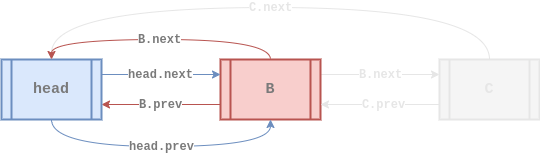
Earlier version of the draw.io export assets/data-structure/linked-list/cll-doubly-remove-at3.png (euisblue/vue-blog). Source tidied: cells renumbered, new cells last; positions are measured from the earlier drawing's top-left corner, leaving out a move shared by most shapes.
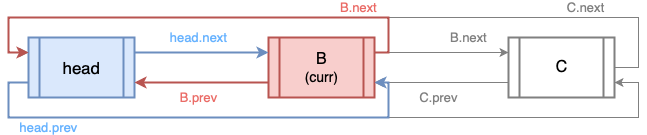
After the commit.

Diff of the diagram source:
```diff
@@ -2,55 +2,81 @@
   <root>
     <mxCell id="0" />
     <mxCell id="1" parent="0" />
-    <mxCell id="2" value="&lt;b style=&quot;color: rgb(122 , 122 , 122) ; font-family: &amp;quot;courier new&amp;quot;&quot;&gt;&lt;font style=&quot;font-size: 12px&quot;&gt;B.prev&lt;/font&gt;&lt;/b&gt;" style="rounded=0;jettySize=auto;html=1;exitX=0;exitY=0.75;exitDx=0;exitDy=0;entryX=1;entryY=0.75;entryDx=0;entryDy=0;strokeColor=#b85450;strokeWidth=1;fillColor=#f8cecc;fontStyle=0;" parent="1" edge="1" source="4" target="6">
-      <mxGeometry relative="1" as="geometry" />
+    <mxCell id="2" value="&lt;font size=&quot;2&quot; color=&quot;#808080&quot;&gt;C.next&lt;/font&gt;" style="edgeStyle=orthogonalEdgeStyle;rounded=0;jettySize=auto;html=1;exitX=1;exitY=0.5;exitDx=0;exitDy=0;fillColor=#e1d5e7;strokeWidth=1;labelBackgroundColor=none;labelBorderColor=none;fontFamily=Helvetica;entryX=0;entryY=0.25;entryDx=0;entryDy=0;strokeColor=#808080;" parent="1" edge="1" source="4" target="6">
+      <mxGeometry x="-0.66" y="-10" relative="1" as="geometry">
+        <Array as="points">
+          <mxPoint x="634" y="178" />
+          <mxPoint x="634" y="128" />
+          <mxPoint x="4" y="128" />
+          <mxPoint x="4" y="163" />
+        </Array>
+      </mxGeometry>
     </mxCell>
-    <mxCell id="3" value="&lt;b style=&quot;font-family: &amp;#34;courier new&amp;#34; ; font-size: 12px ; font-style: normal ; letter-spacing: normal ; text-align: center ; text-indent: 0px ; text-transform: none ; word-spacing: 0px ; background-color: rgb(255 , 255 , 255)&quot;&gt;&lt;font color=&quot;#e6e6e6&quot;&gt;B.next&lt;/font&gt;&lt;/b&gt;" style="edgeStyle=orthogonalEdgeStyle;curved=1;rounded=0;sketch=0;jettySize=auto;html=1;exitX=1;exitY=0.25;exitDx=0;exitDy=0;entryX=0;entryY=0.25;entryDx=0;entryDy=0;strokeColor=#E6E6E6;strokeWidth=1;" parent="1" edge="1" source="4" target="9">
-      <mxGeometry relative="1" as="geometry" />
+    <mxCell id="3" value="&lt;font size=&quot;2&quot; color=&quot;#808080&quot;&gt;C.prev&lt;/font&gt;" style="edgeStyle=orthogonalEdgeStyle;rounded=0;jettySize=auto;html=1;exitX=0;exitY=0.75;exitDx=0;exitDy=0;labelBackgroundColor=none;strokeWidth=1;fontFamily=Helvetica;fontColor=#666666;align=center;fillColor=#e1d5e7;entryX=1;entryY=0.75;entryDx=0;entryDy=0;strokeColor=#808080;" parent="1" edge="1" source="4" target="8">
+      <mxGeometry x="0.04" y="15" relative="1" as="geometry">
+        <Array as="points">
+          <mxPoint x="484" y="193" />
+          <mxPoint x="484" y="193" />
+        </Array>
+      </mxGeometry>
     </mxCell>
-    <mxCell id="4" value="&lt;font color=&quot;#7a7a7a&quot; face=&quot;Courier New&quot;&gt;&lt;span style=&quot;font-size: 15px&quot;&gt;&lt;b&gt;B&lt;/b&gt;&lt;/span&gt;&lt;/font&gt;" style="shape=process;whiteSpace=wrap;html=1;backgroundOutline=1;fillColor=#f8cecc;strokeColor=#b85450;gradientDirection=east;strokeWidth=2;shadow=0;glass=0;sketch=0;fontStyle=0;" parent="1" vertex="1">
-      <mxGeometry x="219" y="52" width="100" height="60" as="geometry" />
+    <mxCell id="4" value="&lt;font&gt;&lt;font size=&quot;3&quot;&gt;C&lt;/font&gt;&lt;br&gt;&lt;/font&gt;" style="shape=process;whiteSpace=wrap;html=1;backgroundOutline=1;strokeWidth=2;fillColor=none;fontStyle=0;fontFamily=Helvetica;fontSize=14;labelBackgroundColor=none;labelBorderColor=none;strokeColor=#808080;" parent="1" vertex="1">
+      <mxGeometry x="504" y="148" width="106" height="60" as="geometry" />
     </mxCell>
-    <mxCell id="5" value="&lt;b style=&quot;font-size: 11px ; letter-spacing: normal ; text-align: center ; text-indent: 0px ; text-transform: none ; word-spacing: 0px ; font-family: &amp;quot;courier new&amp;quot;&quot;&gt;&lt;font style=&quot;font-size: 12px&quot; color=&quot;#7a7a7a&quot;&gt;head.next&lt;/font&gt;&lt;/b&gt;" style="edgeStyle=orthogonalEdgeStyle;curved=1;rounded=0;sketch=0;jettySize=auto;html=1;exitX=1;exitY=0.25;exitDx=0;exitDy=0;entryX=0;entryY=0.25;entryDx=0;entryDy=0;strokeColor=#6c8ebf;strokeWidth=1;fillColor=#dae8fc;fontStyle=0;" parent="1" edge="1" source="6" target="4">
-      <mxGeometry x="-0.01" relative="1" as="geometry">
+    <mxCell id="5" style="edgeStyle=orthogonalEdgeStyle;rounded=0;jettySize=auto;html=1;exitX=0;exitY=0.75;exitDx=0;exitDy=0;entryX=1;entryY=0.75;entryDx=0;entryDy=0;fillColor=#dae8fc;strokeWidth=1;labelBackgroundColor=none;labelBorderColor=none;fontFamily=Helvetica;align=center;strokeColor=#808080;" parent="1" edge="1" source="6" target="4">
+      <mxGeometry x="-0.77" y="-10" relative="1" as="geometry">
         <Array as="points">
-          <mxPoint x="159" y="67" />
-          <mxPoint x="159" y="67" />
+          <mxPoint x="4" y="193" />
+          <mxPoint x="4" y="228" />
+          <mxPoint x="634" y="228" />
+          <mxPoint x="634" y="193" />
         </Array>
       </mxGeometry>
     </mxCell>
-    <mxCell id="6" value="&lt;div&gt;&lt;font color=&quot;#7a7a7a&quot; face=&quot;courier new&quot; style=&quot;font-size: 15px;&quot;&gt;head&lt;/font&gt;&lt;/div&gt;" style="shape=process;whiteSpace=wrap;html=1;backgroundOutline=1;fillColor=#dae8fc;strokeColor=#6c8ebf;gradientDirection=east;strokeWidth=2;shadow=0;glass=0;align=center;sketch=0;fontStyle=1;" parent="1" vertex="1">
-      <mxGeometry y="52" width="100" height="60" as="geometry" />
+    <mxCell id="6" value="&lt;font&gt;&lt;span style=&quot;font-size: 17px&quot;&gt;head&lt;/span&gt;&lt;br&gt;&lt;/font&gt;" style="shape=process;whiteSpace=wrap;html=1;backgroundOutline=1;strokeWidth=2;fillColor=#dae8fc;strokeColor=#6c8ebf;fontStyle=0;fontFamily=Helvetica;fontSize=14;labelBackgroundColor=none;labelBorderColor=none;" parent="1" vertex="1">
+      <mxGeometry x="24" y="148" width="106" height="60" as="geometry" />
     </mxCell>
-    <mxCell id="7" value="&lt;font face=&quot;courier new&quot; color=&quot;#e6e6e6&quot;&gt;&lt;span style=&quot;font-size: 12px&quot;&gt;&lt;b&gt;C.prev&lt;/b&gt;&lt;/span&gt;&lt;/font&gt;" style="edgeStyle=orthogonalEdgeStyle;curved=1;rounded=0;jettySize=auto;html=1;exitX=0;exitY=0.75;exitDx=0;exitDy=0;entryX=1;entryY=0.75;entryDx=0;entryDy=0;strokeWidth=1;fillColor=#ffe6cc;fontStyle=0;strokeColor=#E6E6E6;" parent="1" edge="1" source="9" target="4">
-      <mxGeometry x="-0.06" relative="1" as="geometry" />
+    <mxCell id="7" value="&lt;span style=&quot;color: rgb(234 , 107 , 102)&quot;&gt;&lt;font style=&quot;font-size: 13px&quot;&gt;B.prev&lt;/font&gt;&lt;/span&gt;" style="edgeStyle=orthogonalEdgeStyle;rounded=0;jettySize=auto;html=1;exitX=0;exitY=0.75;exitDx=0;exitDy=0;entryX=1;entryY=0.75;entryDx=0;entryDy=0;labelBackgroundColor=none;strokeWidth=2;fontFamily=Helvetica;fontColor=#666666;align=center;fillColor=#f8cecc;strokeColor=#b85450;" parent="1" edge="1" source="8" target="6">
+      <mxGeometry x="0.04" y="15" relative="1" as="geometry" />
     </mxCell>
-    <mxCell id="8" value="&lt;font face=&quot;courier new&quot; color=&quot;#e6e6e6&quot;&gt;&lt;span style=&quot;font-size: 12px&quot;&gt;&lt;b&gt;C.next&lt;/b&gt;&lt;/span&gt;&lt;/font&gt;" style="edgeStyle=orthogonalEdgeStyle;curved=1;rounded=0;sketch=0;jettySize=auto;html=1;exitX=0.5;exitY=0;exitDx=0;exitDy=0;entryX=0.5;entryY=0;entryDx=0;entryDy=0;strokeWidth=1;fillColor=#ffe6cc;fontStyle=0;strokeColor=#E6E6E6;" parent="1" edge="1" source="9" target="6">
-      <mxGeometry relative="1" as="geometry">
-        <Array as="points">
-          <mxPoint x="488" />
-          <mxPoint x="50" />
-        </Array>
-      </mxGeometry>
+    <mxCell id="8" value="&lt;font&gt;&lt;font style=&quot;font-size: 16px&quot;&gt;B&lt;br&gt;&lt;/font&gt;(curr)&lt;br&gt;&lt;/font&gt;" style="shape=process;whiteSpace=wrap;html=1;backgroundOutline=1;strokeWidth=2;fillColor=#f8cecc;strokeColor=#b85450;fontStyle=0;fontFamily=Helvetica;fontSize=14;labelBackgroundColor=none;labelBorderColor=none;" parent="1" vertex="1">
+      <mxGeometry x="264" y="148" width="106" height="60" as="geometry" />
     </mxCell>
-    <mxCell id="9" value="&lt;div&gt;&lt;font face=&quot;courier new&quot; size=&quot;1&quot; color=&quot;#e6e6e6&quot;&gt;&lt;b style=&quot;font-size: 15px&quot;&gt;C&lt;/b&gt;&lt;/font&gt;&lt;/div&gt;" style="shape=process;whiteSpace=wrap;html=1;backgroundOutline=1;fillColor=#f5f5f5;gradientDirection=east;strokeWidth=2;shadow=0;glass=0;align=center;sketch=0;fontStyle=0;fontColor=#333333;strokeColor=#E6E6E6;" parent="1" vertex="1">
-      <mxGeometry x="438" y="52" width="100" height="60" as="geometry" />
+    <mxCell id="9" value="&lt;span style=&quot;color: rgb(102 , 178 , 255) ; font-size: 13px&quot;&gt;head.next&lt;/span&gt;" style="edgeStyle=orthogonalEdgeStyle;rounded=0;jettySize=auto;html=1;exitX=1;exitY=0.25;exitDx=0;exitDy=0;entryX=0;entryY=0.25;entryDx=0;entryDy=0;labelBackgroundColor=none;strokeWidth=2;fontFamily=Helvetica;fontColor=#666666;align=center;fillColor=#dae8fc;strokeColor=#6c8ebf;" parent="1" edge="1" source="6" target="8">
+      <mxGeometry x="-0.04" y="15" relative="1" as="geometry">
+        <Array as="points">
+          <mxPoint x="184" y="163" />
+          <mxPoint x="184" y="163" />
+        </Array>
+      </mxGeometry>
     </mxCell>
-    <mxCell id="10" value="&lt;font face=&quot;Courier New&quot; color=&quot;#7a7a7a&quot; size=&quot;1&quot;&gt;&lt;b style=&quot;font-size: 12px&quot;&gt;B.next&lt;/b&gt;&lt;/font&gt;" style="rounded=0;jettySize=auto;html=1;exitX=0.5;exitY=0;exitDx=0;exitDy=0;endArrow=classic;endFill=1;strokeColor=#b85450;strokeWidth=1;entryX=0.5;entryY=0;entryDx=0;entryDy=0;fillColor=#f8cecc;fontStyle=0;edgeStyle=orthogonalEdgeStyle;curved=1;" parent="1" edge="1" source="4" target="6">
-      <mxGeometry x="0.01" relative="1" as="geometry">
+    <mxCell id="10" value="&lt;span style=&quot;font-size: 13px&quot;&gt;&lt;font color=&quot;#808080&quot;&gt;B.next&lt;/font&gt;&lt;/span&gt;" style="edgeStyle=orthogonalEdgeStyle;rounded=0;jettySize=auto;html=1;exitX=1;exitY=0.25;exitDx=0;exitDy=0;labelBackgroundColor=none;strokeWidth=1;fontFamily=Helvetica;fontColor=#666666;align=center;fillColor=#f8cecc;entryX=0;entryY=0.25;entryDx=0;entryDy=0;strokeColor=#808080;" parent="1" edge="1" source="8" target="4">
+      <mxGeometry x="0.4" y="15" relative="1" as="geometry">
         <Array as="points">
-          <mxPoint x="269" y="32" />
-          <mxPoint x="50" y="32" />
+          <mxPoint x="414" y="163" />
+          <mxPoint x="414" y="163" />
         </Array>
       </mxGeometry>
     </mxCell>
-    <mxCell id="11" value="&lt;b style=&quot;font-size: 11px ; letter-spacing: normal ; text-align: center ; text-indent: 0px ; text-transform: none ; word-spacing: 0px ; font-family: &amp;#34;courier new&amp;#34;&quot;&gt;&lt;font style=&quot;font-size: 12px&quot; color=&quot;#7a7a7a&quot;&gt;head.prev&lt;/font&gt;&lt;/b&gt;" style="edgeStyle=orthogonalEdgeStyle;curved=1;rounded=0;sketch=0;jettySize=auto;html=1;exitX=0.5;exitY=1;exitDx=0;exitDy=0;entryX=0.5;entryY=1;entryDx=0;entryDy=0;strokeWidth=1;strokeColor=#6c8ebf;fillColor=#dae8fc;fontStyle=0;" parent="1" edge="1" source="6" target="4">
-      <mxGeometry relative="1" as="geometry">
+    <mxCell id="11" value="&lt;span style=&quot;color: rgb(234 , 107 , 102) ; font-size: 13px&quot;&gt;B.next&lt;/span&gt;" style="edgeStyle=orthogonalEdgeStyle;rounded=0;jettySize=auto;html=1;exitX=1;exitY=0.25;exitDx=0;exitDy=0;labelBackgroundColor=none;strokeWidth=2;fontFamily=Helvetica;fontColor=#666666;align=center;fillColor=#f8cecc;strokeColor=#b85450;entryX=0;entryY=0.25;entryDx=0;entryDy=0;" parent="1" edge="1" source="8" target="6">
+      <mxGeometry x="-0.67" y="-10" relative="1" as="geometry">
         <Array as="points">
-          <mxPoint x="50" y="139" />
-          <mxPoint x="269" y="139" />
+          <mxPoint x="384" y="163" />
+          <mxPoint x="384" y="128" />
+          <mxPoint x="4" y="128" />
+          <mxPoint x="4" y="163" />
         </Array>
       </mxGeometry>
     </mxCell>
+    <mxCell id="12" value="&lt;span style=&quot;color: rgb(102 , 178 , 255) ; font-family: &amp;quot;helvetica&amp;quot; ; font-size: 13px ; font-style: normal ; font-weight: normal ; letter-spacing: normal ; text-align: center ; text-indent: 0px ; text-transform: none ; word-spacing: 0px ; text-decoration: none ; display: inline ; float: none&quot;&gt;head.prev&lt;/span&gt;" style="edgeStyle=orthogonalEdgeStyle;rounded=0;jettySize=auto;html=1;exitX=0;exitY=0.75;exitDx=0;exitDy=0;fillColor=#dae8fc;strokeColor=#6c8ebf;strokeWidth=2;labelBackgroundColor=none;labelBorderColor=none;fontFamily=Helvetica;align=center;entryX=1;entryY=0.75;entryDx=0;entryDy=0;" parent="1" edge="1" source="6" target="8">
+      <mxGeometry x="-0.61" y="-10" relative="1" as="geometry">
+        <Array as="points">
+          <mxPoint x="4" y="193" />
+          <mxPoint x="4" y="228" />
+          <mxPoint x="384" y="228" />
+          <mxPoint x="384" y="193" />
+        </Array>
+      </mxGeometry>
+    </mxCell>
   </root>
 </mxGraphModel>
```
